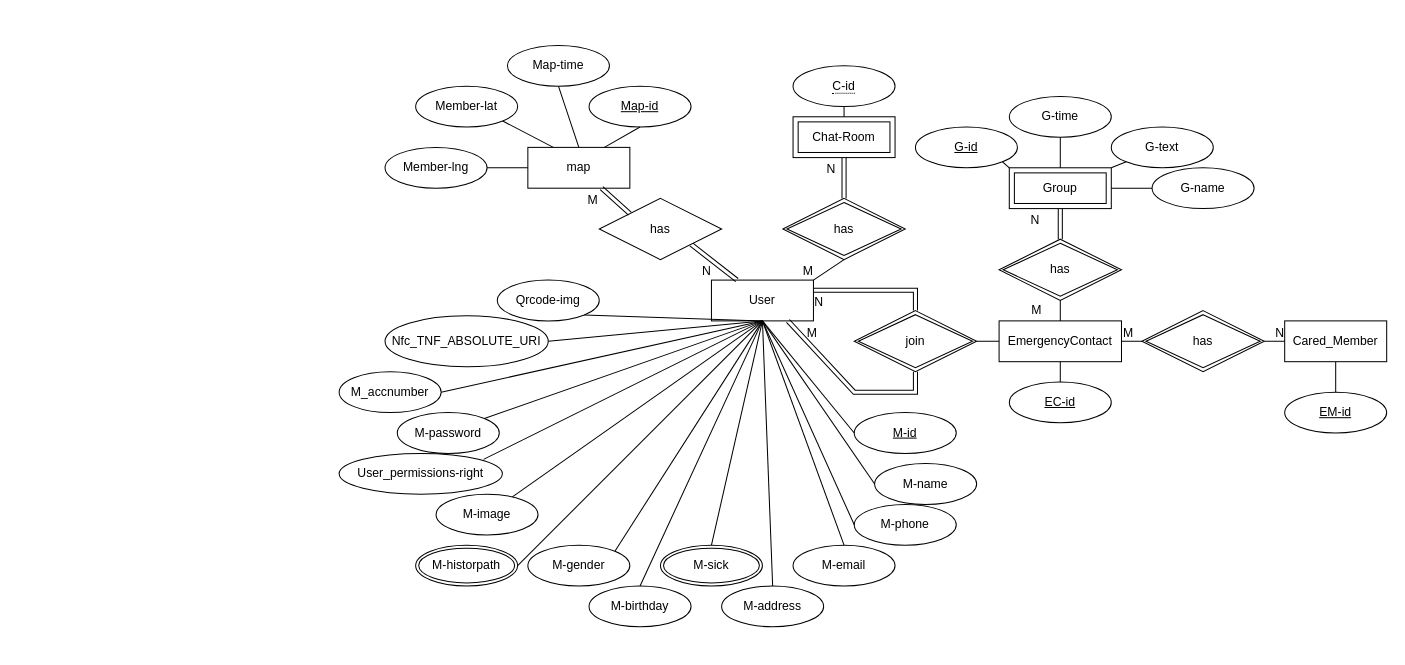
may900620/codepanimg keeps this draw.io diagram as page "ER-Mod" (3 of 3) of Untitled Diagram.drawio. Above is the earlier version. Source tidied: cells renumbered, new cells numbered last; positions are measured from the earlier drawing's top-left corner, leaving out a move shared by most shapes. Both pictures are drawn from the tidied source at 102%, with x=0, y=0 at pixel (339, 24).
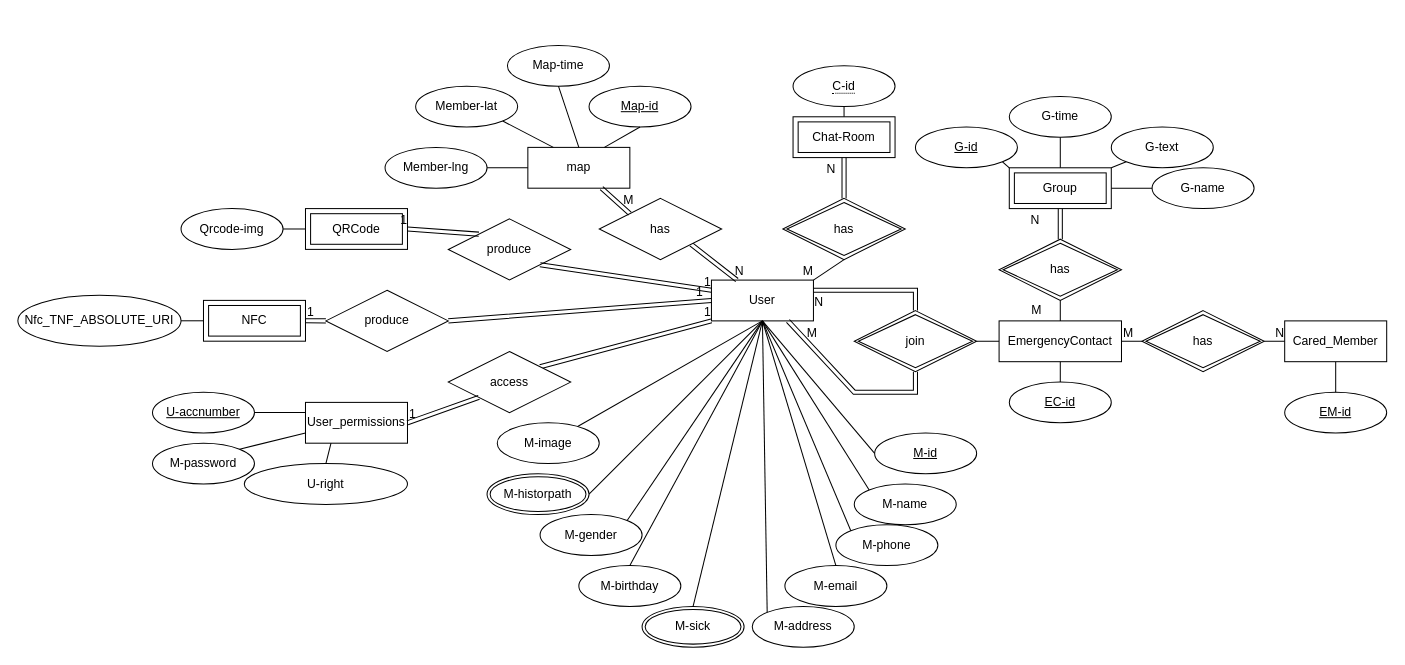
The same diagram, later.

The change refers to these unchanged cells:
```xml
<mxCell id="3" value="User" style="whiteSpace=wrap;html=1;align=center;" parent="1" vertex="1">
  <mxGeometry x="365" y="250.1" width="100" height="40" as="geometry" />
</mxCell>
<mxCell id="33" style="endArrow=none;html=1;rounded=0;exitX=1;exitY=1;exitDx=0;exitDy=0;entryX=0.25;entryY=0;entryDx=0;entryDy=0;startArrow=none;shape=link;" parent="1" edge="1" source="35" target="3">
  <mxGeometry relative="1" as="geometry" />
</mxCell>
<mxCell id="47" style="endArrow=none;html=1;rounded=0;shape=link;entryX=0;entryY=0;entryDx=0;entryDy=0;" parent="1" edge="1" source="36" target="35">
  <mxGeometry relative="1" as="geometry" />
</mxCell>
```

The edit, as a diff of the source:
```diff
@@
     <mxCell id="2" value="&lt;div&gt;M-id&lt;/div&gt;" style="ellipse;whiteSpace=wrap;html=1;align=center;fontStyle=4;" parent="1" vertex="1">
-      <mxGeometry x="505" y="380" width="100" height="40" as="geometry" />
+      <mxGeometry x="525" y="400" width="100" height="40" as="geometry" />
     </mxCell>
@@
     <mxCell id="4" value="M-name" style="ellipse;whiteSpace=wrap;html=1;align=center;" parent="1" vertex="1">
-      <mxGeometry x="525" y="430" width="100" height="40" as="geometry" />
+      <mxGeometry x="505" y="450" width="100" height="40" as="geometry" />
     </mxCell>
     <mxCell id="5" value="M-phone" style="ellipse;whiteSpace=wrap;html=1;align=center;" parent="1" vertex="1">
-      <mxGeometry x="505" y="470" width="100" height="40" as="geometry" />
+      <mxGeometry x="487" y="490" width="100" height="40" as="geometry" />
     </mxCell>
     <mxCell id="6" value="M-email" style="ellipse;whiteSpace=wrap;html=1;align=center;" parent="1" vertex="1">
-      <mxGeometry x="445" y="510" width="100" height="40" as="geometry" />
+      <mxGeometry x="437" y="530" width="100" height="40" as="geometry" />
     </mxCell>
     <mxCell id="7" value="M-address" style="ellipse;whiteSpace=wrap;html=1;align=center;" parent="1" vertex="1">
-      <mxGeometry x="375" y="550" width="100" height="40" as="geometry" />
+      <mxGeometry x="405" y="570" width="100" height="40" as="geometry" />
     </mxCell>
     <mxCell id="8" value="M-birthday" style="ellipse;whiteSpace=wrap;html=1;align=center;" parent="1" vertex="1">
-      <mxGeometry x="245" y="550" width="100" height="40" as="geometry" />
+      <mxGeometry x="235" y="530" width="100" height="40" as="geometry" />
     </mxCell>
     <mxCell id="9" value="M-gender" style="ellipse;whiteSpace=wrap;html=1;align=center;" parent="1" vertex="1">
-      <mxGeometry x="185" y="510" width="100" height="40" as="geometry" />
+      <mxGeometry x="197" y="480" width="100" height="40" as="geometry" />
     </mxCell>
     <mxCell id="10" value="M-image" style="ellipse;whiteSpace=wrap;html=1;align=center;" parent="1" vertex="1">
-      <mxGeometry x="95" y="460" width="100" height="40" as="geometry" />
+      <mxGeometry x="155" y="390" width="100" height="40" as="geometry" />
     </mxCell>
@@
-    <mxCell id="15" style="endArrow=none;html=1;rounded=0;entryX=0.5;entryY=1;entryDx=0;entryDy=0;exitX=0.5;exitY=0;exitDx=0;exitDy=0;" parent="1" edge="1" source="7" target="3">
+    <mxCell id="15" style="endArrow=none;html=1;rounded=0;entryX=0.5;entryY=1;entryDx=0;entryDy=0;exitX=0;exitY=0;exitDx=0;exitDy=0;" parent="1" edge="1" source="7" target="3">
       <mxGeometry relative="1" as="geometry" />
     </mxCell>
@@
-    <mxCell id="17" style="endArrow=none;html=1;rounded=0;exitX=0.5;exitY=1;exitDx=0;exitDy=0;entryX=0;entryY=0.5;entryDx=0;entryDy=0;" parent="1" edge="1" source="3" target="5">
+    <mxCell id="17" style="endArrow=none;html=1;rounded=0;exitX=0.5;exitY=1;exitDx=0;exitDy=0;entryX=0;entryY=0;entryDx=0;entryDy=0;" parent="1" edge="1" source="3" target="5">
       <mxGeometry relative="1" as="geometry" />
     </mxCell>
@@
-    <mxCell id="20" style="endArrow=none;html=1;rounded=0;entryX=0;entryY=0.5;entryDx=0;entryDy=0;exitX=0.5;exitY=1;exitDx=0;exitDy=0;" parent="1" edge="1" source="3" target="4">
+    <mxCell id="20" style="endArrow=none;html=1;rounded=0;entryX=0;entryY=0;entryDx=0;entryDy=0;exitX=0.5;exitY=1;exitDx=0;exitDy=0;" parent="1" edge="1" source="3" target="4">
       <mxGeometry relative="1" as="geometry" />
     </mxCell>
@@
-    <mxCell id="24" value="M-password" style="ellipse;whiteSpace=wrap;html=1;align=center;gradientColor=none;" parent="1" vertex="1">
-      <mxGeometry x="57" y="380" width="100" height="40" as="geometry" />
-    </mxCell>
-    <mxCell id="25" value="User_permissions-right" style="ellipse;whiteSpace=wrap;html=1;align=center;gradientColor=none;" parent="1" vertex="1">
-      <mxGeometry y="420" width="160" height="40" as="geometry" />
-    </mxCell>
-    <mxCell id="26" style="endArrow=none;html=1;rounded=0;entryX=1;entryY=0.5;entryDx=0;entryDy=0;exitX=0.5;exitY=1;exitDx=0;exitDy=0;" parent="1" edge="1" source="3" target="78">
-      <mxGeometry relative="1" as="geometry" />
-    </mxCell>
-    <mxCell id="27" style="endArrow=none;html=1;rounded=0;entryX=1;entryY=0;entryDx=0;entryDy=0;exitX=0.5;exitY=1;exitDx=0;exitDy=0;" parent="1" edge="1" source="3" target="24">
-      <mxGeometry relative="1" as="geometry" />
-    </mxCell>
-    <mxCell id="28" style="endArrow=none;html=1;rounded=0;entryX=1;entryY=0;entryDx=0;entryDy=0;exitX=0.5;exitY=1;exitDx=0;exitDy=0;" parent="1" edge="1" source="3">
-      <mxGeometry relative="1" as="geometry">
-        <mxPoint x="141.6" y="425.9" as="targetPoint" />
-      </mxGeometry>
-    </mxCell>
-    <mxCell id="29" value="Qrcode-img" style="ellipse;whiteSpace=wrap;html=1;align=center;gradientColor=none;" parent="1" vertex="1">
-      <mxGeometry x="155" y="250.1" width="100" height="40" as="geometry" />
-    </mxCell>
-    <mxCell id="30" style="endArrow=none;html=1;rounded=0;exitX=0.5;exitY=1;exitDx=0;exitDy=0;entryX=1;entryY=1;entryDx=0;entryDy=0;" parent="1" edge="1" source="3" target="29">
-      <mxGeometry relative="1" as="geometry" />
-    </mxCell>
     <mxCell id="31" value="M-sick" style="ellipse;shape=doubleEllipse;margin=3;whiteSpace=wrap;html=1;align=center;gradientColor=none;" parent="1" vertex="1">
-      <mxGeometry x="315" y="510" width="100" height="40" as="geometry" />
+      <mxGeometry x="297" y="570" width="100" height="40" as="geometry" />
     </mxCell>
     <mxCell id="32" value="M-historpath" style="ellipse;shape=doubleEllipse;margin=3;whiteSpace=wrap;html=1;align=center;gradientColor=none;" parent="1" vertex="1">
-      <mxGeometry x="75" y="510" width="100" height="40" as="geometry" />
+      <mxGeometry x="145" y="440" width="100" height="40" as="geometry" />
     </mxCell>
@@
     <mxCell id="34" value="N" style="html=1;align=right;verticalAlign=bottom;gradientColor=none;" parent="33" vertex="1">
       <mxGeometry x="1" relative="1" as="geometry">
-        <mxPoint x="-25" as="offset" />
+        <mxPoint x="7" as="offset" />
       </mxGeometry>
     </mxCell>
@@
     <mxCell id="48" value="M" style="html=1;align=left;verticalAlign=bottom;gradientColor=none;" parent="47" vertex="1">
       <mxGeometry x="-1" relative="1" as="geometry">
-        <mxPoint x="-15" y="20" as="offset" />
+        <mxPoint x="20" y="20" as="offset" />
       </mxGeometry>
     </mxCell>
@@
-    <mxCell id="76" value="Nfc_TNF_ABSOLUTE_URI" style="ellipse;whiteSpace=wrap;html=1;align=center;" parent="1" vertex="1">
-      <mxGeometry x="45" y="285.1" width="160" height="50" as="geometry" />
-    </mxCell>
-    <mxCell id="77" style="endArrow=none;html=1;rounded=0;exitX=1;exitY=0.5;exitDx=0;exitDy=0;entryX=0.5;entryY=1;entryDx=0;entryDy=0;" parent="1" edge="1" source="76" target="3">
-      <mxGeometry relative="1" as="geometry" />
-    </mxCell>
-    <mxCell id="78" value="M_accnumber" style="ellipse;whiteSpace=wrap;html=1;align=center;" parent="1" vertex="1">
-      <mxGeometry y="340" width="100" height="40" as="geometry" />
-    </mxCell>
@@
+    <mxCell id="90" value="QRCode" style="shape=ext;margin=3;double=1;whiteSpace=wrap;html=1;align=center;" parent="1" vertex="1">
+      <mxGeometry x="-33" y="180" width="100" height="40" as="geometry" />
+    </mxCell>
+    <mxCell id="91" value="NFC" style="shape=ext;margin=3;double=1;whiteSpace=wrap;html=1;align=center;" parent="1" vertex="1">
+      <mxGeometry x="-133" y="270" width="100" height="40" as="geometry" />
+    </mxCell>
+    <mxCell id="92" value="&lt;div&gt;User_permissions&lt;/div&gt;" style="whiteSpace=wrap;html=1;align=center;" parent="1" vertex="1">
+      <mxGeometry x="-33" y="370" width="100" height="40" as="geometry" />
+    </mxCell>
+    <mxCell id="93" style="endArrow=none;html=1;rounded=0;entryX=1;entryY=0.5;entryDx=0;entryDy=0;exitX=0;exitY=0.25;exitDx=0;exitDy=0;" parent="1" edge="1" source="92" target="94">
+      <mxGeometry relative="1" as="geometry" />
+    </mxCell>
+    <mxCell id="94" value="&lt;u&gt;U-accnumber&lt;/u&gt;" style="ellipse;whiteSpace=wrap;html=1;align=center;" parent="1" vertex="1">
+      <mxGeometry x="-183" y="360" width="100" height="40" as="geometry" />
+    </mxCell>
+    <mxCell id="24" value="M-password" style="ellipse;whiteSpace=wrap;html=1;align=center;gradientColor=none;" parent="1" vertex="1">
+      <mxGeometry x="-183" y="410" width="100" height="40" as="geometry" />
+    </mxCell>
+    <mxCell id="95" value="U-right" style="ellipse;whiteSpace=wrap;html=1;align=center;gradientColor=none;" parent="1" vertex="1">
+      <mxGeometry x="-93" y="430" width="160" height="40" as="geometry" />
+    </mxCell>
+    <mxCell id="96" style="endArrow=none;html=1;rounded=0;entryX=1;entryY=0;entryDx=0;entryDy=0;exitX=0;exitY=0.75;exitDx=0;exitDy=0;" parent="1" edge="1" source="92" target="24">
+      <mxGeometry relative="1" as="geometry" />
+    </mxCell>
+    <mxCell id="97" style="endArrow=none;html=1;rounded=0;entryX=0.5;entryY=0;entryDx=0;entryDy=0;exitX=0.25;exitY=1;exitDx=0;exitDy=0;" parent="1" edge="1" source="92" target="95">
+      <mxGeometry relative="1" as="geometry" />
+    </mxCell>
+    <mxCell id="76" value="Nfc_TNF_ABSOLUTE_URI" style="ellipse;whiteSpace=wrap;html=1;align=center;" parent="1" vertex="1">
+      <mxGeometry x="-315" y="265" width="160" height="50" as="geometry" />
+    </mxCell>
+    <mxCell id="98" style="endArrow=none;html=1;rounded=0;exitX=1;exitY=0.5;exitDx=0;exitDy=0;entryX=0;entryY=0.5;entryDx=0;entryDy=0;" parent="1" edge="1" source="76" target="91">
+      <mxGeometry relative="1" as="geometry" />
+    </mxCell>
+    <mxCell id="29" value="Qrcode-img" style="ellipse;whiteSpace=wrap;html=1;align=center;gradientColor=none;" parent="1" vertex="1">
+      <mxGeometry x="-155" y="180" width="100" height="40" as="geometry" />
+    </mxCell>
+    <mxCell id="99" style="endArrow=none;html=1;rounded=0;exitX=0;exitY=0.5;exitDx=0;exitDy=0;entryX=1;entryY=0.5;entryDx=0;entryDy=0;" parent="1" edge="1" source="90" target="29">
+      <mxGeometry relative="1" as="geometry" />
+    </mxCell>
+    <mxCell id="100" value="produce" style="shape=rhombus;perimeter=rhombusPerimeter;whiteSpace=wrap;html=1;align=center;" parent="1" vertex="1">
+      <mxGeometry x="107" y="190.1" width="120" height="59.9" as="geometry" />
+    </mxCell>
+    <mxCell id="101" style="endArrow=none;html=1;rounded=0;shape=link;entryX=0;entryY=1;entryDx=0;entryDy=0;exitX=1;exitY=0;exitDx=0;exitDy=0;startArrow=none;" parent="1" edge="1" source="103" target="3">
+      <mxGeometry relative="1" as="geometry" />
+    </mxCell>
+    <mxCell id="102" value="1" style="html=1;align=right;verticalAlign=bottom;" parent="101" vertex="1">
+      <mxGeometry x="1" relative="1" as="geometry" />
+    </mxCell>
+    <mxCell id="103" value="access" style="shape=rhombus;perimeter=rhombusPerimeter;whiteSpace=wrap;html=1;align=center;" parent="1" vertex="1">
+      <mxGeometry x="107" y="320.1" width="120" height="60" as="geometry" />
+    </mxCell>
+    <mxCell id="104" style="endArrow=none;html=1;rounded=0;shape=link;entryX=0;entryY=1;entryDx=0;entryDy=0;exitX=1;exitY=0.5;exitDx=0;exitDy=0;" parent="1" edge="1" source="92" target="103">
+      <mxGeometry relative="1" as="geometry" />
+    </mxCell>
+    <mxCell id="105" value="1" style="html=1;align=left;verticalAlign=bottom;" parent="104" vertex="1">
+      <mxGeometry x="-1" relative="1" as="geometry" />
+    </mxCell>
+    <mxCell id="106" style="endArrow=none;html=1;rounded=0;shape=link;exitX=1;exitY=0.5;exitDx=0;exitDy=0;entryX=0;entryY=0.5;entryDx=0;entryDy=0;startArrow=none;" parent="1" edge="1" source="108" target="3">
+      <mxGeometry relative="1" as="geometry" />
+    </mxCell>
+    <mxCell id="107" value="1" style="html=1;align=right;verticalAlign=bottom;" parent="106" vertex="1">
+      <mxGeometry x="1" relative="1" as="geometry">
+        <mxPoint x="-8" as="offset" />
+      </mxGeometry>
+    </mxCell>
+    <mxCell id="108" value="produce" style="shape=rhombus;perimeter=rhombusPerimeter;whiteSpace=wrap;html=1;align=center;" parent="1" vertex="1">
+      <mxGeometry x="-13" y="260.1" width="120" height="60" as="geometry" />
+    </mxCell>
+    <mxCell id="109" style="endArrow=none;html=1;rounded=0;shape=link;exitX=1;exitY=0.5;exitDx=0;exitDy=0;entryX=0;entryY=0.5;entryDx=0;entryDy=0;" parent="1" edge="1" source="91" target="108">
+      <mxGeometry relative="1" as="geometry" />
+    </mxCell>
+    <mxCell id="110" value="1" style="html=1;align=left;verticalAlign=bottom;" parent="109" vertex="1">
+      <mxGeometry x="-1" relative="1" as="geometry" />
+    </mxCell>
+    <mxCell id="111" style="endArrow=none;html=1;rounded=0;shape=link;exitX=1;exitY=1;exitDx=0;exitDy=0;entryX=0;entryY=0.25;entryDx=0;entryDy=0;" parent="1" edge="1" source="100" target="3">
+      <mxGeometry relative="1" as="geometry" />
+    </mxCell>
+    <mxCell id="112" value="1" style="html=1;align=right;verticalAlign=bottom;" parent="111" vertex="1">
+      <mxGeometry x="1" relative="1" as="geometry" />
+    </mxCell>
+    <mxCell id="113" style="endArrow=none;html=1;rounded=0;shape=link;exitX=0;exitY=0;exitDx=0;exitDy=0;entryX=1;entryY=0.5;entryDx=0;entryDy=0;" parent="1" edge="1" source="100" target="90">
+      <mxGeometry relative="1" as="geometry" />
+    </mxCell>
+    <mxCell id="114" value="1" style="html=1;align=right;verticalAlign=bottom;" parent="113" vertex="1">
+      <mxGeometry x="1" relative="1" as="geometry" />
+    </mxCell>
```
